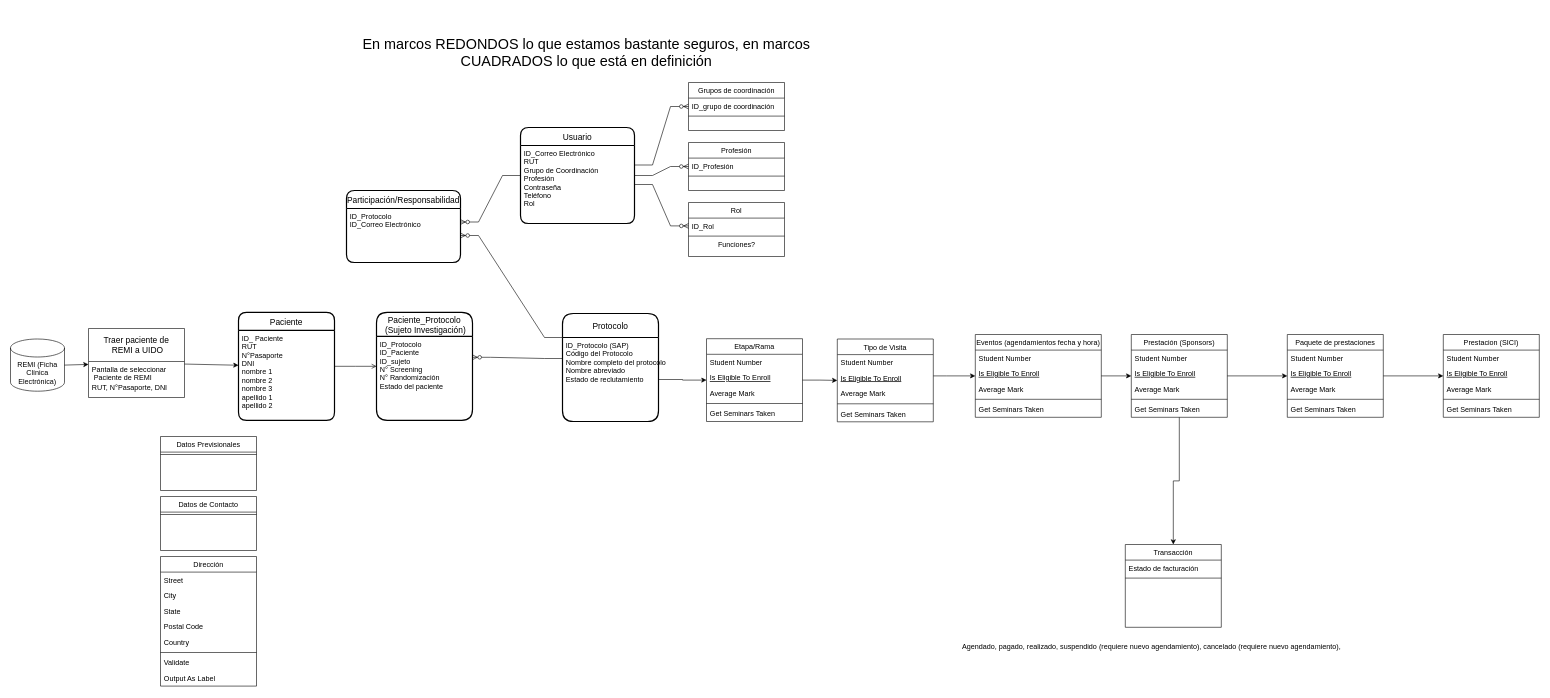
Earlier version of the draw.io diagram UIDO_Protocolos.drawio (ietchart/UIDO). Source tidied: cells renumbered, new cells numbered last; positions are measured from the earlier drawing's top-left corner, leaving out a move shared by most shapes. Both pictures are drawn from the tidied source at 60%, with x=0, y=0 at pixel (10, 10).
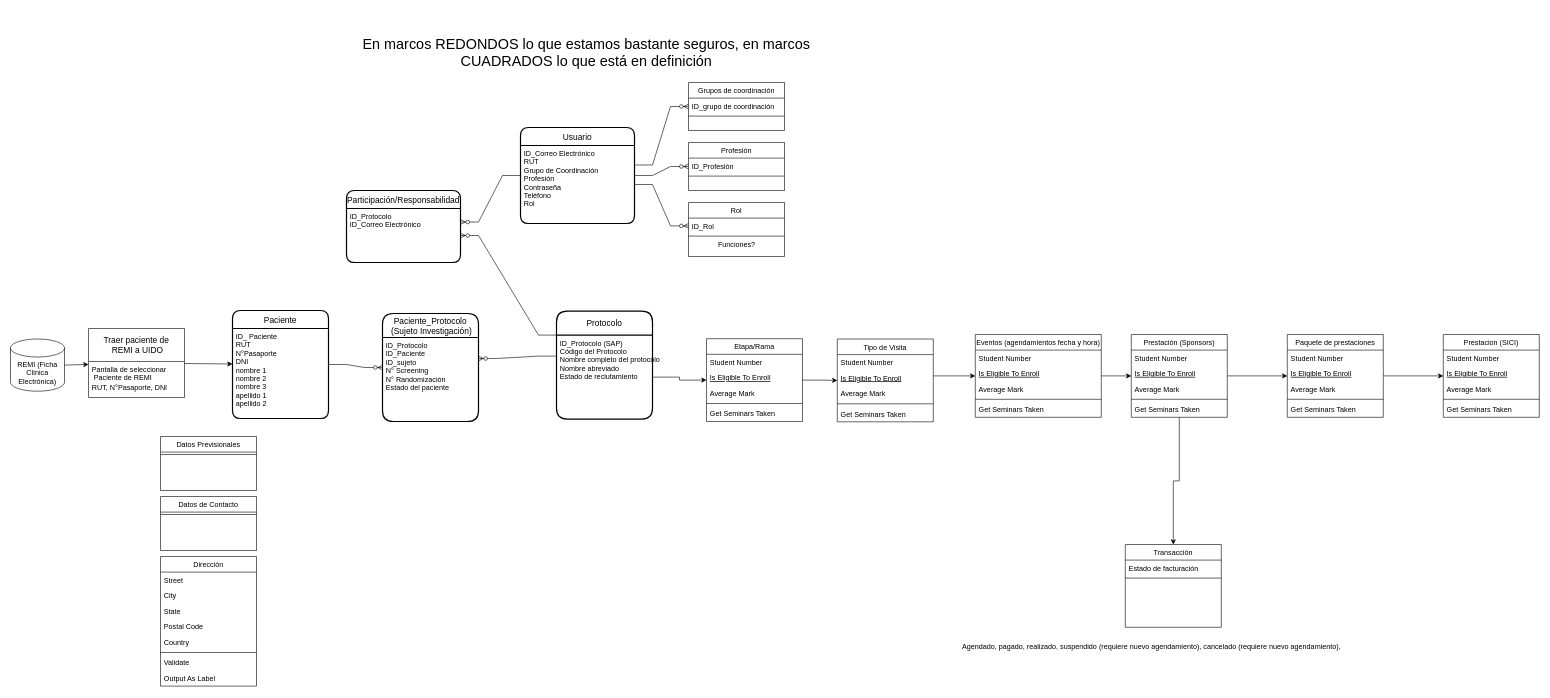
Above is the later version.

The edit, as a diff of the source:
```diff
@@
-    <mxCell id="32" style="endArrow=open;shadow=0;strokeWidth=1;rounded=0;endFill=1;edgeStyle=elbowEdgeStyle;elbow=vertical;" parent="1" edge="1" source="74" target="84">
-      <mxGeometry x="0.5" y="41" relative="1" as="geometry">
-        <mxPoint x="-40" y="32" as="offset" />
-      </mxGeometry>
-    </mxCell>
@@
     <mxCell id="74" value="Paciente" style="swimlane;horizontal=1;startSize=30;rounded=1;fontSize=14;fontStyle=0;strokeWidth=2;shadow=0;dashed=0;align=center;" parent="1" vertex="1">
-      <mxGeometry x="380" y="503" width="160" height="180" as="geometry" />
+      <mxGeometry x="370" y="500" width="160" height="180" as="geometry" />
     </mxCell>
@@
     <mxCell id="84" value="Paciente_Protocolo&#10; (Sujeto Investigación)" style="swimlane;horizontal=1;startSize=40;rounded=1;fontSize=14;fontStyle=0;strokeWidth=2;shadow=0;dashed=0;align=center;" parent="1" vertex="1">
-      <mxGeometry x="610" y="503" width="160" height="180" as="geometry" />
+      <mxGeometry x="620" y="505" width="160" height="180" as="geometry" />
     </mxCell>
@@
     <mxCell id="87" value="Protocolo" style="swimlane;horizontal=1;startSize=40;rounded=1;fontSize=14;fontStyle=0;strokeWidth=2;shadow=0;dashed=0;align=center;" parent="1" vertex="1">
-      <mxGeometry x="920" y="505" width="160" height="180" as="geometry" />
+      <mxGeometry x="910" y="501" width="160" height="180" as="geometry" />
     </mxCell>
@@
+    <mxCell id="32" style="edgeStyle=entityRelationEdgeStyle;fontSize=12;html=1;endArrow=ERzeroToMany;endFill=1;rounded=0;" parent="1" edge="1" source="74" target="84">
+      <mxGeometry relative="1" as="geometry" />
+    </mxCell>
```
